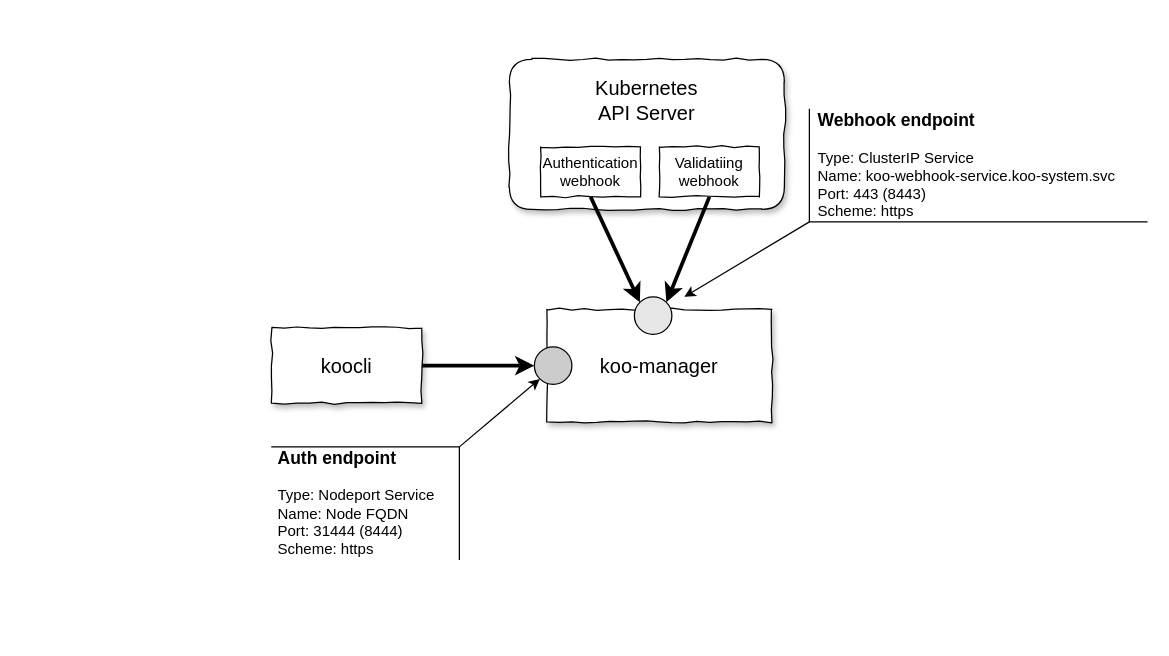
The draw.io diagram page "Endpoints" (2 of 3) of docs/koo1.drawio in koobind/koobind, before the edit. Source tidied: cells renumbered, new cells numbered last; positions are measured from the earlier drawing's top-left corner, leaving out a move shared by most shapes. Both pictures are drawn from the tidied source at 125%, with x=0, y=0 at pixel (271, 59).
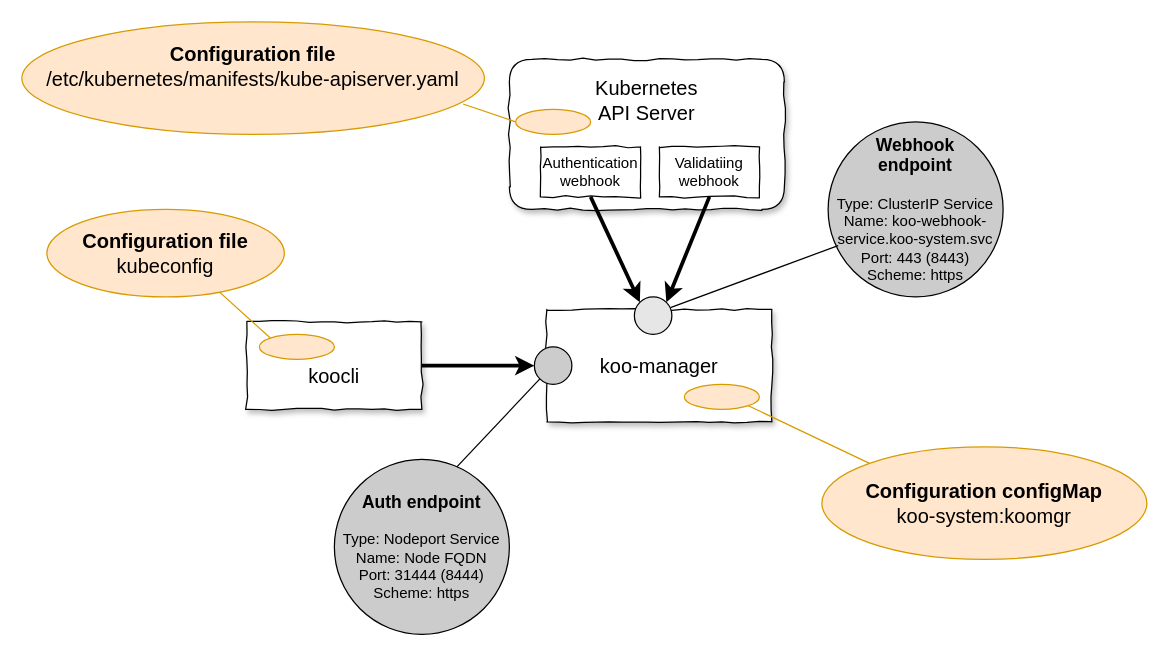
Above is the later version.

Unchanged cells that the change refers to:
```xml
<mxCell id="5" style="ellipse;whiteSpace=wrap;html=1;fillColor=#E6E6E6;" parent="1" vertex="1">
  <mxGeometry x="290" y="190" width="30" height="30" as="geometry" />
</mxCell>
<mxCell id="6" style="ellipse;whiteSpace=wrap;html=1;fillColor=#CCCCCC;" parent="1" vertex="1">
  <mxGeometry x="210" y="230" width="30" height="30" as="geometry" />
</mxCell>
```

What changed in the source:
```diff
@@
-    <mxCell id="2" value="koocli" style="rounded=0;whiteSpace=wrap;html=1;comic=1;shadow=1;fontSize=16;" parent="1" vertex="1">
-      <mxGeometry y="215" width="120" height="60" as="geometry" />
+    <mxCell id="2" value="koocli" style="rounded=0;whiteSpace=wrap;html=1;comic=1;shadow=1;fontSize=16;spacingTop=16;" parent="1" vertex="1">
+      <mxGeometry x="-20" y="210" width="140" height="70" as="geometry" />
     </mxCell>
@@
+    <mxCell id="12" style="endArrow=classic;html=1;exitX=1;exitY=0.5;exitDx=0;exitDy=0;entryX=0;entryY=0.5;entryDx=0;entryDy=0;strokeWidth=3;" parent="1" edge="1" source="2" target="6">
+      <mxGeometry relative="1" as="geometry" />
+    </mxCell>
+    <mxCell id="16" value="&lt;font style=&quot;font-size: 16px&quot;&gt;&lt;b&gt;Configuration configMap&lt;/b&gt;&lt;br&gt;koo-system:koomgr&lt;/font&gt;" style="ellipse;whiteSpace=wrap;html=1;fillColor=#ffe6cc;strokeColor=#d79b00;" parent="1" vertex="1">
+      <mxGeometry x="440" y="310" width="260" height="90" as="geometry" />
+    </mxCell>
+    <mxCell id="17" style="ellipse;whiteSpace=wrap;html=1;fillColor=#ffe6cc;strokeColor=#d79b00;" parent="1" vertex="1">
+      <mxGeometry x="330" y="260" width="60" height="20" as="geometry" />
+    </mxCell>
+    <mxCell id="18" style="endArrow=none;html=1;entryX=1;entryY=1;entryDx=0;entryDy=0;exitX=0;exitY=0;exitDx=0;exitDy=0;fillColor=#ffe6cc;strokeColor=#d79b00;strokeWidth=1;" parent="1" edge="1" source="16" target="17">
+      <mxGeometry relative="1" as="geometry" />
+    </mxCell>
+    <mxCell id="15" value="&lt;font style=&quot;text-align: left ; font-size: 14px&quot;&gt;&lt;b&gt;Auth endpoint&lt;/b&gt;&lt;/font&gt;&lt;br style=&quot;text-align: left&quot;&gt;&lt;br style=&quot;text-align: left&quot;&gt;&lt;span style=&quot;text-align: left&quot;&gt;Type: Nodeport Service&lt;/span&gt;&lt;br style=&quot;text-align: left&quot;&gt;&lt;span style=&quot;text-align: left&quot;&gt;Name: Node FQDN&lt;/span&gt;&lt;br style=&quot;text-align: left&quot;&gt;&lt;span style=&quot;text-align: left&quot;&gt;Port: 31444 (8444)&lt;br&gt;Scheme: https&lt;/span&gt;" style="ellipse;whiteSpace=wrap;html=1;fillColor=#CCCCCC;" parent="1" vertex="1">
+      <mxGeometry x="50" y="320" width="140" height="140" as="geometry" />
+    </mxCell>
-    <mxCell id="11" style="endArrow=classic;html=1;strokeColor=#000000;strokeWidth=1;entryX=0;entryY=1;entryDx=0;entryDy=0;exitX=0;exitY=0;exitDx=0;exitDy=0;" parent="1" edge="1" source="15" target="6">
+    <mxCell id="11" style="endArrow=none;html=1;entryX=0;entryY=1;entryDx=0;entryDy=0;exitX=0.7;exitY=0.043;exitDx=0;exitDy=0;exitPerimeter=0;strokeColor=#000000;strokeWidth=1;" parent="1" edge="1" source="15" target="6">
       <mxGeometry relative="1" as="geometry" />
     </mxCell>
-    <mxCell id="12" style="endArrow=classic;html=1;exitX=1;exitY=0.5;exitDx=0;exitDy=0;entryX=0;entryY=0.5;entryDx=0;entryDy=0;strokeWidth=3;" parent="1" edge="1" source="2" target="6">
-      <mxGeometry relative="1" as="geometry" />
-    </mxCell>
-    <mxCell id="13" value="&lt;font style=&quot;font-size: 14px&quot;&gt;&lt;b&gt;Webhook endpoint&lt;/b&gt;&lt;/font&gt;&lt;br&gt;&lt;br&gt;Type: ClusterIP Service&lt;br&gt;Name:&amp;nbsp;koo-webhook-service.koo-system.svc&lt;br&gt;Port: 443 (8443)&lt;br&gt;Scheme: https" style="shape=partialRectangle;whiteSpace=wrap;html=1;top=0;left=0;fillColor=none;rounded=0;comic=0;labelBackgroundColor=none;strokeColor=#000000;align=left;direction=south;spacingLeft=5;strokeWidth=1;shadow=0;" parent="1" vertex="1">
-      <mxGeometry x="430" y="40" width="270" height="90" as="geometry" />
+    <mxCell id="13" value="&lt;font style=&quot;text-align: left ; font-size: 14px&quot;&gt;&lt;b&gt;Webhook &lt;br&gt;endpoint&lt;/b&gt;&lt;/font&gt;&lt;br style=&quot;text-align: left&quot;&gt;&lt;br style=&quot;text-align: left&quot;&gt;&lt;span style=&quot;text-align: left&quot;&gt;Type: ClusterIP Service&lt;/span&gt;&lt;br style=&quot;text-align: left&quot;&gt;&lt;span style=&quot;text-align: left&quot;&gt;Name:&amp;nbsp;koo-webhook-service.koo-system.svc&lt;/span&gt;&lt;br style=&quot;text-align: left&quot;&gt;&lt;span style=&quot;text-align: left&quot;&gt;Port: 443 (8443)&lt;/span&gt;&lt;br style=&quot;text-align: left&quot;&gt;&lt;span style=&quot;text-align: left&quot;&gt;Scheme: https&lt;/span&gt;" style="ellipse;whiteSpace=wrap;html=1;fillColor=#CCCCCC;" parent="1" vertex="1">
+      <mxGeometry x="445" y="50" width="140" height="140" as="geometry" />
     </mxCell>
-    <mxCell id="14" style="endArrow=classic;html=1;exitX=1;exitY=1;exitDx=0;exitDy=0;strokeColor=#000000;strokeWidth=1;" parent="1" edge="1" source="13">
-      <mxGeometry relative="1" as="geometry">
-        <mxPoint x="330" y="190" as="targetPoint" />
-      </mxGeometry>
-    </mxCell>
-    <mxCell id="15" value="&lt;font style=&quot;font-size: 14px&quot;&gt;&lt;b&gt;Auth endpoint&lt;/b&gt;&lt;/font&gt;&lt;br&gt;&lt;br&gt;&lt;span&gt;Type: Nodeport Service&lt;/span&gt;&lt;br&gt;&lt;span&gt;Name: Node FQDN&lt;/span&gt;&lt;br&gt;&lt;span&gt;Port: 31444 (8444)&lt;br&gt;Scheme: https&lt;br&gt;&lt;/span&gt;" style="shape=partialRectangle;whiteSpace=wrap;html=1;bottom=0;right=0;fillColor=none;rounded=0;shadow=0;comic=0;labelBackgroundColor=none;strokeColor=#000000;strokeWidth=1;align=left;direction=south;spacingLeft=3;" parent="1" vertex="1">
-      <mxGeometry y="310" width="150" height="90" as="geometry" />
-    </mxCell>
+    <mxCell id="19" style="endArrow=none;html=1;entryX=0.057;entryY=0.707;entryDx=0;entryDy=0;exitX=0.962;exitY=0.286;exitDx=0;exitDy=0;strokeColor=#000000;strokeWidth=1;entryPerimeter=0;exitPerimeter=0;" parent="1" edge="1" source="5" target="13">
+      <mxGeometry relative="1" as="geometry" />
+    </mxCell>
+    <mxCell id="20" style="ellipse;whiteSpace=wrap;html=1;fillColor=#ffe6cc;strokeColor=#d79b00;" parent="1" vertex="1">
+      <mxGeometry x="-10" y="220" width="60" height="20" as="geometry" />
+    </mxCell>
+    <mxCell id="21" style="endArrow=none;html=1;exitX=0.726;exitY=0.943;exitDx=0;exitDy=0;fillColor=#ffe6cc;strokeColor=#d79b00;strokeWidth=1;exitPerimeter=0;entryX=0;entryY=0;entryDx=0;entryDy=0;" parent="1" edge="1" source="22" target="20">
+      <mxGeometry relative="1" as="geometry" />
+    </mxCell>
+    <mxCell id="22" value="&lt;font style=&quot;font-size: 16px&quot;&gt;&lt;b&gt;Configuration file&lt;/b&gt;&lt;br&gt;kubeconfig&lt;/font&gt;" style="ellipse;whiteSpace=wrap;html=1;fillColor=#ffe6cc;strokeColor=#d79b00;" parent="1" vertex="1">
+      <mxGeometry x="-180" y="120" width="190" height="70" as="geometry" />
+    </mxCell>
+    <mxCell id="23" value="&lt;font style=&quot;font-size: 16px&quot;&gt;&lt;b&gt;Configuration file&lt;/b&gt;&lt;br&gt;/etc/kubernetes/manifests/kube-apiserver.yaml&lt;/font&gt;" style="ellipse;whiteSpace=wrap;html=1;fillColor=#ffe6cc;strokeColor=#d79b00;spacingBottom=18;" parent="1" vertex="1">
+      <mxGeometry x="-200" y="-30" width="370" height="90" as="geometry" />
+    </mxCell>
+    <mxCell id="24" style="ellipse;whiteSpace=wrap;html=1;fillColor=#ffe6cc;strokeColor=#d79b00;" parent="1" vertex="1">
+      <mxGeometry x="195" y="40" width="60" height="20" as="geometry" />
+    </mxCell>
+    <mxCell id="25" style="endArrow=none;html=1;exitX=0.954;exitY=0.73;exitDx=0;exitDy=0;fillColor=#ffe6cc;strokeColor=#d79b00;strokeWidth=1;entryX=0;entryY=0.5;entryDx=0;entryDy=0;exitPerimeter=0;" parent="1" edge="1" source="23" target="24">
+      <mxGeometry relative="1" as="geometry" />
+    </mxCell>
```
